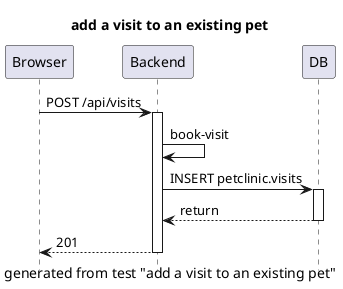
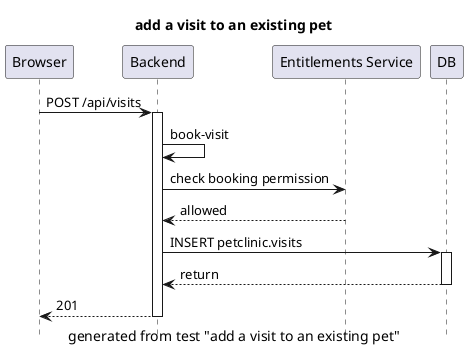
@startuml
hide footbox
title add a visit to an existing pet
caption generated from test "add a visit to an existing pet"
participant Browser
participant Backend
+ participant "Entitlements Service" as EntitlementsService
participant DB
Browser -> Backend: POST /api/visits
activate Backend
Backend -> Backend: book-visit
+ Backend -> EntitlementsService: check booking permission
+ EntitlementsService --> Backend: allowed
Backend -> DB: INSERT petclinic.visits
activate DB
DB --> Backend: return
deactivate DB
Backend --> Browser: 201
deactivate Backend
@enduml
